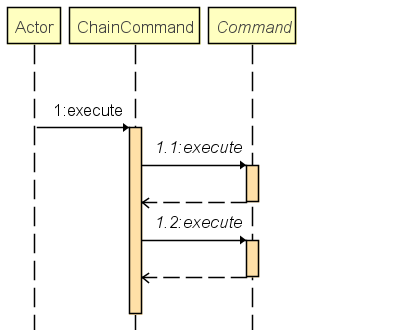
Above: docs/images/ChainCommandSequenceDiagram.png in nus-cs2103-AY2122S2/tp (PlantUML), before the change. Its source is kept beside it as docs/diagrams/ChainCommandSequenceDiagram.puml.
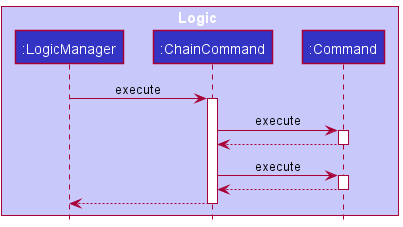
The same diagram one commit later.

What changed in the source:
```diff
@@ -1,8 +1,14 @@
 @startuml
-participant Actor
-Actor -> ChainCommand : execute
+!include style.puml
+
+box Logic LOGIC_COLOR_T1
+participant ":LogicManager"  as LogicManager LOGIC_COLOR
+participant ":ChainCommand"  as ChainCommand LOGIC_COLOR
+participant ":Command"  as Command LOGIC_COLOR
+
+LogicManager -> ChainCommand : execute
 activate ChainCommand
-ChainCommand -> Command : execute
+ChainCommand  -> Command : execute
 activate Command
 Command --> ChainCommand
 deactivate Command
```
